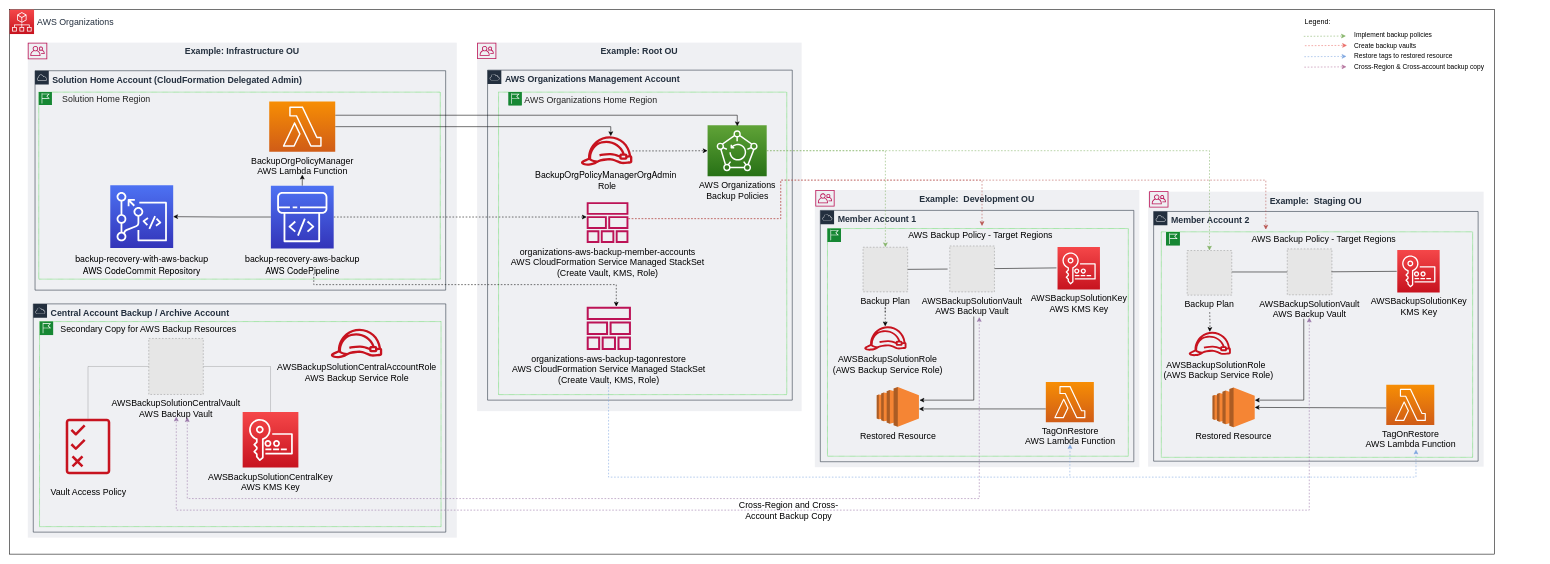
Earlier version of the draw.io diagram Images/Backup_Recovery_AWS_Backup_Baseline_Architecture.drawio (aws-samples/backup-recovery-with-aws-backup). Source tidied: cells renumbered, new cells numbered last; positions are measured from the earlier drawing's top-left corner, leaving out a move shared by most shapes. Both pictures are drawn from the tidied source at 55%, with x=0, y=0 at pixel (9, 9). Pictures stored in the file or linked from it are replaced by grey dashed boxes.
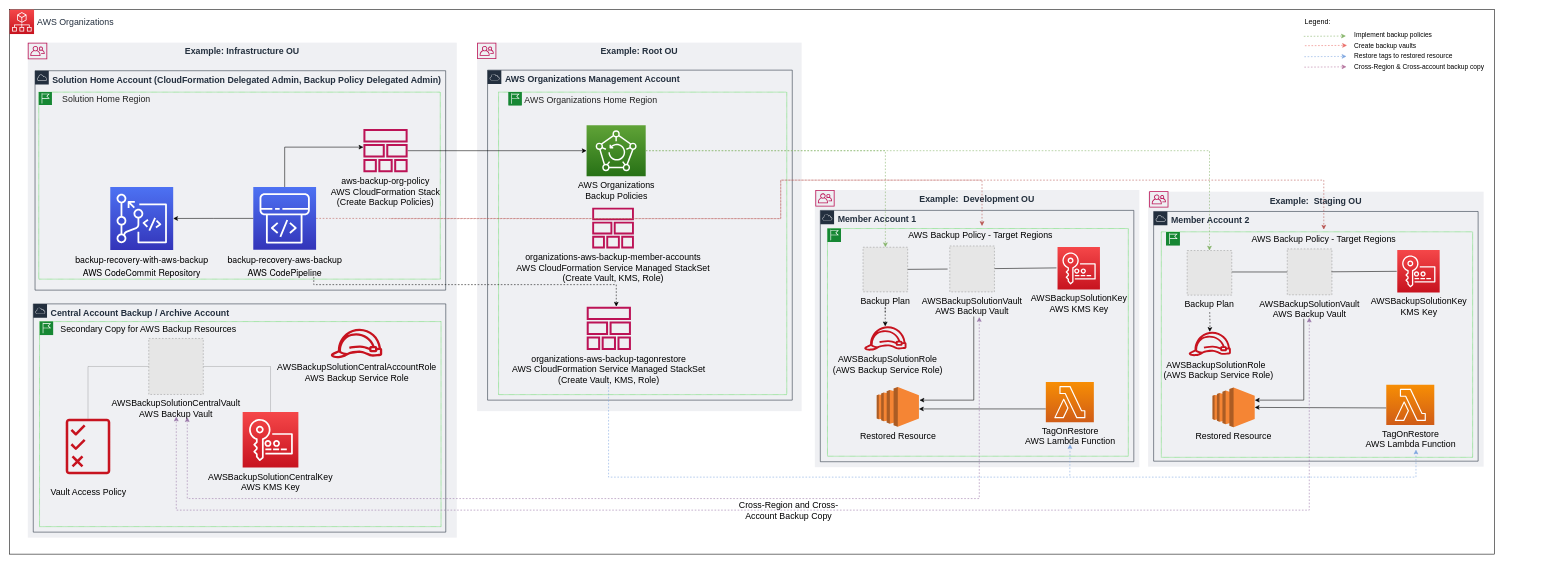
After the change.

Commit message (it also covers changes not shown here):
Use native AWS::Organizations::Policy resource

Unchanged cells that the change refers to:
```xml
<mxCell id="4" style="group;" parent="1" vertex="1">
  <mxGeometry x="33" y="60" width="780" height="900" as="geometry" />
</mxCell>
<mxCell id="44" value="&lt;font&gt;AWS Backup Policy - Target Regions&lt;br&gt;&lt;/font&gt;" style="text;html=1;strokeColor=none;fillColor=none;align=center;verticalAlign=middle;whiteSpace=wrap;rounded=0;dashed=1;fontSize=16;opacity=20;fontColor=#000000;" parent="27" vertex="1">
  <mxGeometry x="64.5" y="31.4" width="412.8" height="33" as="geometry" />
</mxCell>
<mxCell id="84" value="&lt;font&gt;AWS Backup Policy - Target Regions&lt;br&gt;&lt;/font&gt;" style="text;html=1;strokeColor=none;fillColor=none;align=center;verticalAlign=middle;whiteSpace=wrap;rounded=0;dashed=1;fontSize=16;opacity=20;fontColor=#000000;" parent="67" vertex="1">
  <mxGeometry x="93" y="70" width="412.8" height="33" as="geometry" />
</mxCell>
```

What changed in the source:
```diff
@@
-    <mxCell id="8" value="&lt;font style=&quot;font-size: 16px&quot;&gt;&lt;b&gt;Solution Home Account (CloudFormation Delegated Admin)&lt;/b&gt;&lt;/font&gt;" style="gradientColor=none;html=1;whiteSpace=wrap;fontSize=16;fontStyle=0;shape=mxgraph.aws4.group;grIcon=mxgraph.aws4.group_aws_cloud;strokeColor=#232F3E;fillColor=none;verticalAlign=top;align=left;spacingLeft=30;fontColor=#232F3E;dashed=0;" parent="4" vertex="1">
+    <mxCell id="8" value="&lt;font style=&quot;font-size: 16px&quot;&gt;&lt;b&gt;Solution Home Account (CloudFormation Delegated Admin, Backup Policy Delegated Admin)&lt;/b&gt;&lt;/font&gt;" style="gradientColor=none;html=1;whiteSpace=wrap;fontSize=16;fontStyle=0;shape=mxgraph.aws4.group;grIcon=mxgraph.aws4.group_aws_cloud;strokeColor=#232F3E;fillColor=none;verticalAlign=top;align=left;spacingLeft=30;fontColor=#232F3E;dashed=0;" parent="4" vertex="1">
       <mxGeometry x="13.2" y="51.1" width="746.6" height="398.9" as="geometry" />
     </mxCell>
@@
-    <mxCell id="23" style="edgeStyle=orthogonalEdgeStyle;rounded=0;jettySize=auto;html=1;" parent="1" edge="1" source="99" target="86">
-      <mxGeometry relative="1" as="geometry">
-        <Array as="points">
-          <mxPoint x="1093" y="213" />
-        </Array>
-      </mxGeometry>
-    </mxCell>
@@
+    <mxCell id="92" value="&lt;div&gt;&lt;font style=&quot;font-size: 16px&quot;&gt;organizations-aws-backup-member-accounts&lt;/font&gt;&lt;/div&gt;&lt;font size=&quot;3&quot;&gt;AWS CloudFormation Service Managed StackSet&lt;br&gt;(Create Vault, KMS, Role)&lt;/font&gt;" style="outlineConnect=0;gradientColor=none;fillColor=#BC1356;strokeColor=none;dashed=0;verticalLabelPosition=bottom;verticalAlign=top;align=center;html=1;fontSize=12;fontStyle=0;shape=mxgraph.aws4.stack;labelBackgroundColor=none;fontFamily=Helvetica;" parent="1" vertex="1">
+      <mxGeometry x="1059" y="360" width="76.3" height="74.3" as="geometry" />
+    </mxCell>
@@
-    <mxCell id="85" style="edgeStyle=orthogonalEdgeStyle;rounded=0;jettySize=auto;html=1;dashed=1;" parent="66" edge="1" source="86" target="88">
-      <mxGeometry relative="1" as="geometry" />
-    </mxCell>
-    <mxCell id="86" value="&lt;font&gt;&lt;font style=&quot;font-size: 16px&quot; color=&quot;#000000&quot;&gt;&lt;span style=&quot;font-family: &amp;#34;helvetica neue&amp;#34;&quot;&gt;BackupOrgPolicyManagerOrgAdmin&amp;nbsp;&lt;br&gt;&lt;/span&gt;Role&lt;/font&gt;&lt;br style=&quot;font-size: 12px&quot;&gt;&lt;/font&gt;" style="outlineConnect=0;fontColor=#232F3E;gradientColor=none;fillColor=#C7131F;strokeColor=none;dashed=0;verticalLabelPosition=bottom;verticalAlign=top;align=center;html=1;fontSize=12;fontStyle=0;shape=mxgraph.aws4.role;" parent="66" vertex="1">
-      <mxGeometry x="1029" y="230" width="113" height="53.8" as="geometry" />
-    </mxCell>
@@
     <mxCell id="88" value="&lt;font style=&quot;font-size: 16px&quot; color=&quot;#000000&quot;&gt;AWS Organizations&lt;br&gt;Backup Policies&lt;/font&gt;" style="outlineConnect=0;fontColor=#232F3E;gradientColor=#60A337;gradientDirection=north;fillColor=#277116;strokeColor=#ffffff;dashed=0;verticalLabelPosition=bottom;verticalAlign=top;align=center;html=1;fontSize=12;fontStyle=0;shape=mxgraph.aws4.resourceIcon;resIcon=mxgraph.aws4.backup;" parent="66" vertex="1">
-      <mxGeometry x="1269" y="210" width="107.5" height="93" as="geometry" />
+      <mxGeometry x="1049" y="210" width="107.5" height="93" as="geometry" />
     </mxCell>
-    <mxCell id="89" style="edgeStyle=orthogonalEdgeStyle;rounded=0;orthogonalLoop=1;jettySize=auto;html=1;" parent="66" edge="1">
-      <mxGeometry relative="1" as="geometry">
-        <mxPoint x="592" y="192" as="sourcePoint" />
-        <mxPoint x="1323" y="212" as="targetPoint" />
-        <Array as="points">
-          <mxPoint x="1323" y="192" />
-          <mxPoint x="1323" y="212" />
-        </Array>
-      </mxGeometry>
-    </mxCell>
-    <mxCell id="90" style="edgeStyle=orthogonalEdgeStyle;rounded=0;jettySize=auto;html=1;dashed=1;fillColor=#f8cecc;strokeColor=#b85450;" parent="66" edge="1" source="92" target="84">
+    <mxCell id="90" style="edgeStyle=orthogonalEdgeStyle;rounded=0;jettySize=auto;html=1;dashed=1;fillColor=#f8cecc;strokeColor=#b85450;exitX=1;exitY=0.5;exitDx=0;exitDy=0;exitPerimeter=0;" parent="66" edge="1" source="96" target="84">
       <mxGeometry relative="1" as="geometry">
         <Array as="points">
+          <mxPoint x="589" y="380" />
           <mxPoint x="1402" y="380" />
           <mxPoint x="1402" y="310" />
           <mxPoint x="2284" y="310" />
         </Array>
       </mxGeometry>
     </mxCell>
-    <mxCell id="91" style="edgeStyle=orthogonalEdgeStyle;rounded=0;jettySize=auto;html=1;dashed=1;fillColor=#f8cecc;strokeColor=#b85450;" parent="66" edge="1" source="92" target="44">
+    <mxCell id="91" style="edgeStyle=orthogonalEdgeStyle;rounded=0;jettySize=auto;html=1;dashed=1;fillColor=#f8cecc;strokeColor=#b85450;" parent="66" edge="1" target="44">
       <mxGeometry relative="1" as="geometry">
+        <mxPoint x="693" y="380" as="sourcePoint" />
         <Array as="points">
           <mxPoint x="1402" y="380" />
           <mxPoint x="1402" y="310" />
           <mxPoint x="1768" y="310" />
         </Array>
       </mxGeometry>
     </mxCell>
-    <mxCell id="92" value="&lt;div&gt;&lt;font style=&quot;font-size: 16px&quot;&gt;organizations-aws-backup-member-accounts&lt;/font&gt;&lt;/div&gt;&lt;font size=&quot;3&quot;&gt;AWS CloudFormation Service Managed StackSet&lt;br&gt;(Create Vault, KMS, Role)&lt;/font&gt;" style="outlineConnect=0;gradientColor=none;fillColor=#BC1356;strokeColor=none;dashed=0;verticalLabelPosition=bottom;verticalAlign=top;align=center;html=1;fontSize=12;fontStyle=0;shape=mxgraph.aws4.stack;labelBackgroundColor=none;fontFamily=Helvetica;" parent="66" vertex="1">
-      <mxGeometry x="1049" y="350" width="76.3" height="74.3" as="geometry" />
-    </mxCell>
-    <mxCell id="93" style="edgeStyle=orthogonalEdgeStyle;rounded=0;jettySize=auto;html=1;dashed=1;" parent="66" edge="1" source="96" target="92">
-      <mxGeometry relative="1" as="geometry">
-        <Array as="points">
-          <mxPoint x="833" y="378" />
-          <mxPoint x="833" y="378" />
-        </Array>
-      </mxGeometry>
-    </mxCell>
@@
+    <mxCell id="104" style="edgeStyle=orthogonalEdgeStyle;rounded=0;jettySize=auto;html=1;" parent="66" edge="1" source="96" target="106">
+      <mxGeometry relative="1" as="geometry">
+        <Array as="points">
+          <mxPoint x="500" y="250" />
+        </Array>
+      </mxGeometry>
+    </mxCell>
     <mxCell id="96" value="&lt;p class=&quot;p1&quot; style=&quot;margin: 0px ; font-stretch: normal ; line-height: normal ; font-family: &amp;#34;helvetica neue&amp;#34; ; color: rgb(0 , 0 , 0)&quot;&gt;&lt;font style=&quot;font-size: 16px&quot;&gt;backup-recovery-aws-backup&lt;/font&gt;&lt;/p&gt;&lt;p class=&quot;p1&quot; style=&quot;margin: 0px ; font-stretch: normal ; line-height: normal ; font-family: &amp;#34;helvetica neue&amp;#34; ; color: rgb(0 , 0 , 0)&quot;&gt;&lt;font style=&quot;font-size: 16px&quot;&gt;AWS CodePipeline&lt;/font&gt;&lt;/p&gt;" style="points=[[0,0,0],[0.25,0,0],[0.5,0,0],[0.75,0,0],[1,0,0],[0,1,0],[0.25,1,0],[0.5,1,0],[0.75,1,0],[1,1,0],[0,0.25,0],[0,0.5,0],[0,0.75,0],[1,0.25,0],[1,0.5,0],[1,0.75,0]];outlineConnect=0;fontColor=#232F3E;gradientColor=#4D72F3;gradientDirection=north;fillColor=#3334B9;strokeColor=#ffffff;dashed=0;verticalLabelPosition=bottom;verticalAlign=top;align=center;html=1;fontSize=12;fontStyle=0;shape=mxgraph.aws4.resourceIcon;resIcon=mxgraph.aws4.codepipeline;" parent="66" vertex="1">
-      <mxGeometry x="475" y="320" width="114.2" height="114.2" as="geometry" />
+      <mxGeometry x="443" y="322.5" width="114.2" height="114.2" as="geometry" />
     </mxCell>
@@
     <mxCell id="98" value="&lt;p class=&quot;p1&quot; style=&quot;margin: 0px ; font-stretch: normal ; line-height: normal ; font-family: &amp;#34;helvetica neue&amp;#34; ; color: rgb(0 , 0 , 0)&quot;&gt;&lt;font style=&quot;font-size: 16px&quot;&gt;backup-recovery-with-aws-backup&lt;/font&gt;&lt;/p&gt;&lt;p class=&quot;p1&quot; style=&quot;margin: 0px ; font-stretch: normal ; line-height: normal ; font-family: &amp;#34;helvetica neue&amp;#34; ; color: rgb(0 , 0 , 0)&quot;&gt;&lt;font size=&quot;3&quot;&gt;AWS CodeCommit Repository&lt;/font&gt;&lt;/p&gt;" style="points=[[0,0,0],[0.25,0,0],[0.5,0,0],[0.75,0,0],[1,0,0],[0,1,0],[0.25,1,0],[0.5,1,0],[0.75,1,0],[1,1,0],[0,0.25,0],[0,0.5,0],[0,0.75,0],[1,0.25,0],[1,0.5,0],[1,0.75,0]];outlineConnect=0;fontColor=#232F3E;gradientColor=#4D72F3;gradientDirection=north;fillColor=#3334B9;strokeColor=#ffffff;dashed=0;verticalLabelPosition=bottom;verticalAlign=top;align=center;html=1;fontSize=12;fontStyle=0;shape=mxgraph.aws4.resourceIcon;resIcon=mxgraph.aws4.codecommit;" parent="66" vertex="1">
-      <mxGeometry x="183" y="319.2" width="114.4" height="114.4" as="geometry" />
+      <mxGeometry x="183" y="322.5" width="114.4" height="114.4" as="geometry" />
     </mxCell>
-    <mxCell id="99" value="&lt;font color=&quot;#000000&quot;&gt;BackupOrgPolicyManager&lt;br&gt;AWS Lambda Function&lt;/font&gt;" style="outlineConnect=0;fontColor=#232F3E;gradientColor=#F78E04;gradientDirection=north;fillColor=#D05C17;strokeColor=#ffffff;dashed=0;verticalLabelPosition=bottom;verticalAlign=top;align=center;html=1;fontSize=16;fontStyle=0;shape=mxgraph.aws4.resourceIcon;resIcon=mxgraph.aws4.lambda;" parent="66" vertex="1">
-      <mxGeometry x="472" y="167" width="120" height="91.5" as="geometry" />
-    </mxCell>
-    <mxCell id="100" style="edgeStyle=orthogonalEdgeStyle;rounded=0;jettySize=auto;html=1;" parent="66" edge="1" source="96">
-      <mxGeometry relative="1" as="geometry">
-        <mxPoint x="532" y="300" as="targetPoint" />
-      </mxGeometry>
-    </mxCell>
@@
+    <mxCell id="105" style="edgeStyle=orthogonalEdgeStyle;rounded=0;jettySize=auto;html=1;" parent="66" edge="1" source="106" target="88">
+      <mxGeometry relative="1" as="geometry" />
+    </mxCell>
+    <mxCell id="106" value="&lt;div&gt;&lt;div&gt;&lt;font style=&quot;font-size: 16px&quot;&gt;aws-backup-org-policy&lt;/font&gt;&lt;/div&gt;&lt;/div&gt;&lt;span style=&quot;font-size: medium&quot;&gt;AWS CloudFormation&amp;nbsp;&lt;/span&gt;&lt;font size=&quot;3&quot;&gt;Stack&lt;br&gt;(Create Backup Policies)&lt;/font&gt;" style="outlineConnect=0;gradientColor=none;fillColor=#BC1356;strokeColor=none;dashed=0;verticalLabelPosition=bottom;verticalAlign=top;align=center;html=1;fontSize=12;fontStyle=0;shape=mxgraph.aws4.stack;labelBackgroundColor=none;fontFamily=Helvetica;" parent="66" vertex="1">
+      <mxGeometry x="643" y="217.1" width="80.9" height="78.8" as="geometry" />
+    </mxCell>
```
